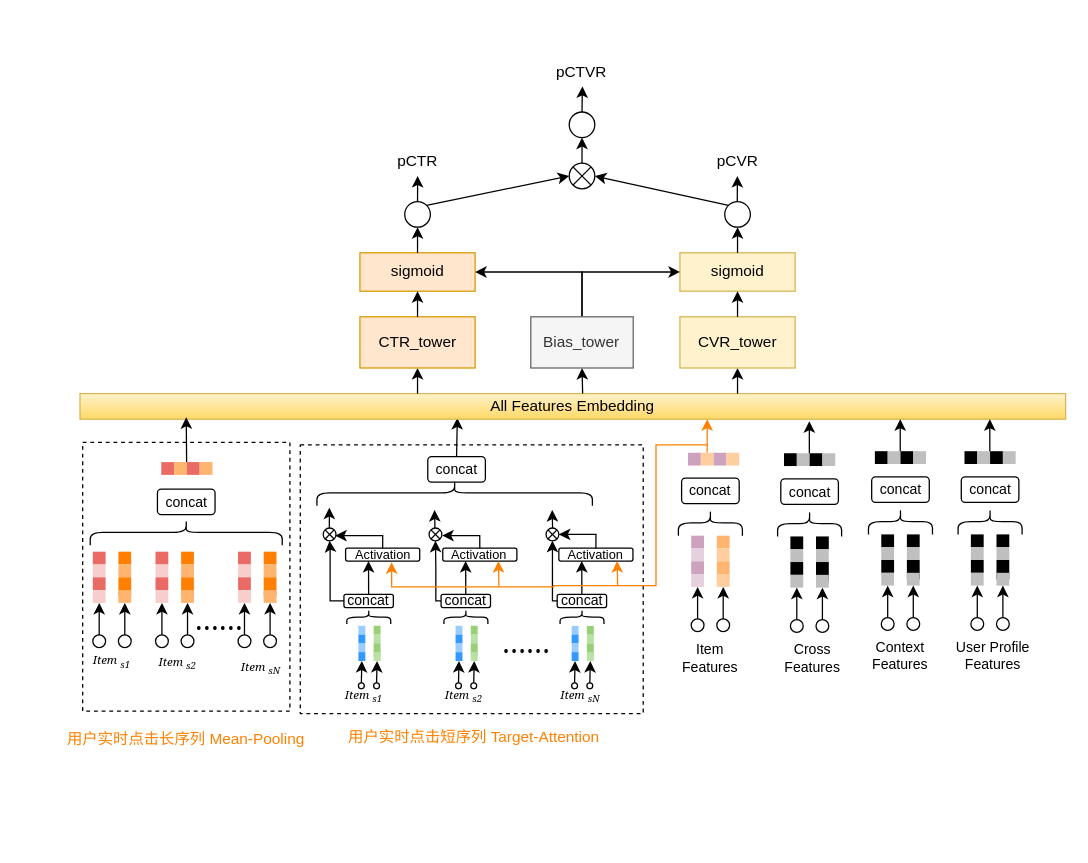
Above: 会场推荐Base模型.drawio in cosinalee/HeteroGraph (draw.io), before the change. Source tidied: cells renumbered, new cells numbered last; positions are measured from the earlier drawing's top-left corner, leaving out a move shared by most shapes. Both pictures are drawn from the tidied source at 128%, with x=0, y=0 at pixel (22, 47).
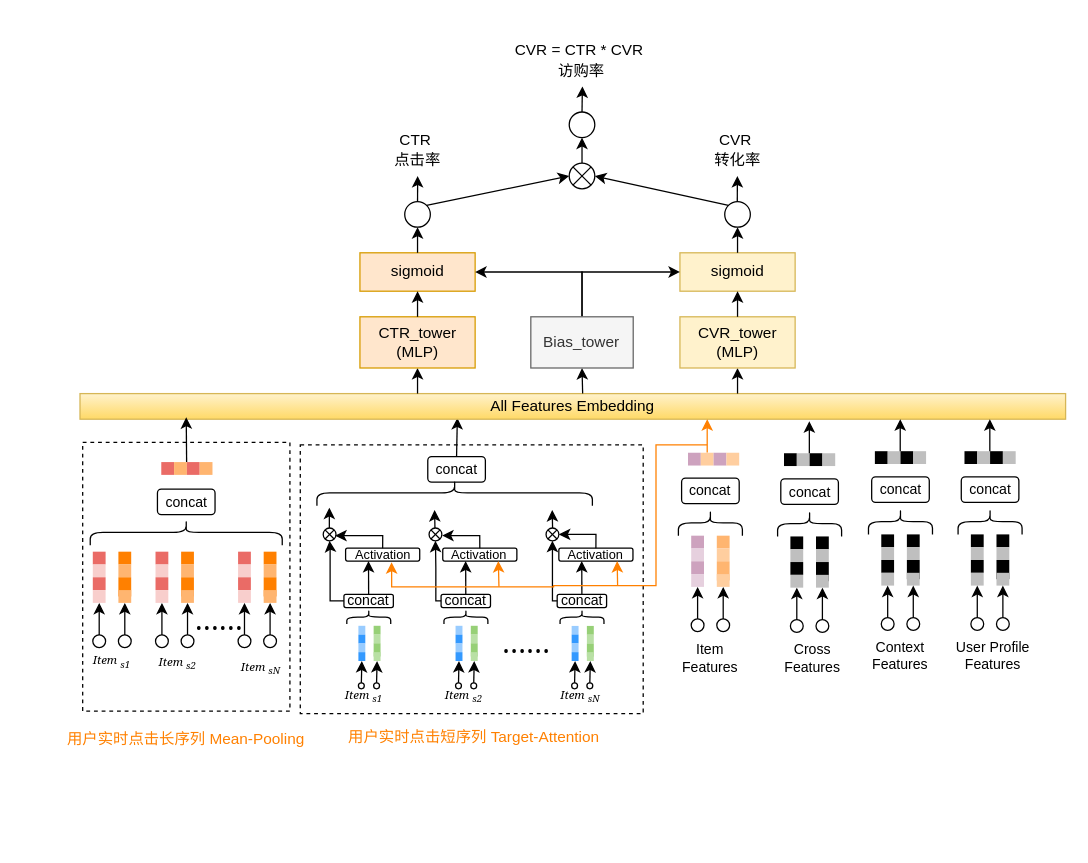
After the change.

Commit message:
更新会场推荐Base模型.drawio

Diff of the diagram source:
```diff
@@
-    <mxCell id="84" value="CTR_tower" style="rounded=0;whiteSpace=wrap;html=1;fillColor=#ffe6cc;strokeColor=#d79b00;" parent="1" vertex="1">
+    <mxCell id="84" value="CTR_tower&lt;div&gt;(MLP)&lt;/div&gt;" style="rounded=0;whiteSpace=wrap;html=1;fillColor=#ffe6cc;strokeColor=#d79b00;" parent="1" vertex="1">
       <mxGeometry x="263.7" y="210" width="90" height="40" as="geometry" />
     </mxCell>
-    <mxCell id="85" value="CVR_tower" style="rounded=0;whiteSpace=wrap;html=1;fillColor=#fff2cc;strokeColor=#d6b656;" parent="1" vertex="1">
+    <mxCell id="85" value="CVR_tower&lt;div&gt;(MLP)&lt;br&gt;&lt;/div&gt;" style="rounded=0;whiteSpace=wrap;html=1;fillColor=#fff2cc;strokeColor=#d6b656;" parent="1" vertex="1">
       <mxGeometry x="513.7" y="210" width="90" height="40" as="geometry" />
     </mxCell>
@@
-    <mxCell id="101" value="&lt;font style=&quot;font-size: 12px;&quot;&gt;pCTR&lt;/font&gt;" style="text;html=1;strokeColor=none;fillColor=none;align=center;verticalAlign=middle;whiteSpace=wrap;rounded=0;fontSize=21;" parent="1" vertex="1">
-      <mxGeometry x="278.7" y="70" width="60" height="30" as="geometry" />
+    <mxCell id="101" value="&lt;font style=&quot;font-size: 12px;&quot;&gt;CTR&amp;nbsp;&lt;/font&gt;&lt;div style=&quot;font-size: 12px;&quot;&gt;&lt;font style=&quot;font-size: 12px;&quot;&gt;点击率&lt;/font&gt;&lt;/div&gt;" style="text;html=1;strokeColor=none;fillColor=none;align=center;verticalAlign=middle;whiteSpace=wrap;rounded=0;fontSize=21;" parent="1" vertex="1">
+      <mxGeometry x="278.7" y="50" width="60" height="50" as="geometry" />
     </mxCell>
-    <mxCell id="102" value="&lt;font style=&quot;font-size: 12px;&quot;&gt;pCVR&lt;/font&gt;" style="text;html=1;strokeColor=none;fillColor=none;align=center;verticalAlign=middle;whiteSpace=wrap;rounded=0;fontSize=21;" parent="1" vertex="1">
-      <mxGeometry x="528.7" y="70" width="60" height="30" as="geometry" />
-    </mxCell>
@@
-    <mxCell id="128" value="&lt;font style=&quot;font-size: 12px;&quot;&gt;pCTVR&lt;/font&gt;" style="text;html=1;strokeColor=none;fillColor=none;align=center;verticalAlign=middle;whiteSpace=wrap;rounded=0;fontSize=21;" parent="1" vertex="1">
-      <mxGeometry x="406.8" width="60" height="30" as="geometry" />
-    </mxCell>
@@
+    <mxCell id="259" value="&lt;font style=&quot;font-size: 12px;&quot;&gt;CVR&amp;nbsp;&lt;/font&gt;&lt;div style=&quot;font-size: 12px;&quot;&gt;&lt;font style=&quot;font-size: 12px;&quot;&gt;转化率&lt;/font&gt;&lt;/div&gt;" style="text;html=1;strokeColor=none;fillColor=none;align=center;verticalAlign=middle;whiteSpace=wrap;rounded=0;fontSize=21;" parent="1" vertex="1">
+      <mxGeometry x="528.7" y="50" width="60" height="50" as="geometry" />
+    </mxCell>
+    <mxCell id="260" value="&lt;font style=&quot;font-size: 12px;&quot;&gt;CVR = CTR * CVR&amp;nbsp;&lt;/font&gt;&lt;div style=&quot;font-size: 12px;&quot;&gt;&lt;font style=&quot;font-size: 12px;&quot;&gt;访购率&lt;/font&gt;&lt;/div&gt;" style="text;html=1;strokeColor=none;fillColor=none;align=center;verticalAlign=middle;whiteSpace=wrap;rounded=0;fontSize=21;" parent="1" vertex="1">
+      <mxGeometry x="374.2" y="-20" width="125.9" height="50" as="geometry" />
+    </mxCell>
```
